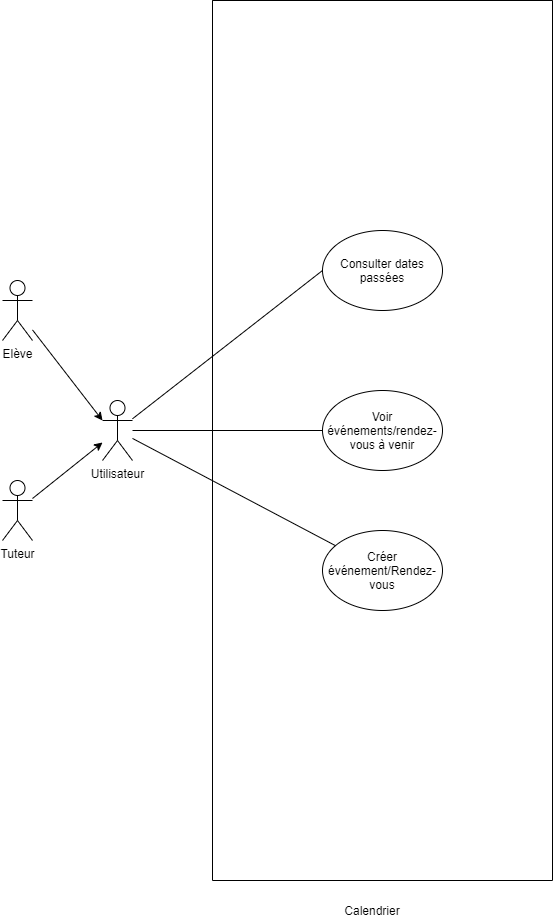
Above: Use Case Diagram/04_Use Case Diagram-Calendrier.png in Neurodium/P3-LearnAtHome (draw.io), before the change. Source tidied: cells renumbered, new cells last; positions are measured from the earlier drawing's top-left corner, leaving out a move shared by most shapes. Source of this version:
```xml
<mxGraphModel>
  <root>
    <mxCell id="0" />
    <mxCell id="1" parent="0" />
    <mxCell id="2" style="swimlane;startSize=0;" parent="1" vertex="1">
      <mxGeometry x="210" width="340" height="880" as="geometry" />
    </mxCell>
    <mxCell id="3" value="Voir événements/rendez-vous à venir" style="ellipse;whiteSpace=wrap;html=1;" parent="2" vertex="1">
      <mxGeometry x="110" y="390" width="120" height="80" as="geometry" />
    </mxCell>
    <mxCell id="4" value="Consulter dates passées" style="ellipse;whiteSpace=wrap;html=1;" parent="2" vertex="1">
      <mxGeometry x="110" y="230" width="120" height="80" as="geometry" />
    </mxCell>
    <mxCell id="5" value="Créer événement/Rendez-vous" style="ellipse;whiteSpace=wrap;html=1;" parent="2" vertex="1">
      <mxGeometry x="110" y="530" width="120" height="80" as="geometry" />
    </mxCell>
    <mxCell id="6" style="edgeStyle=none;rounded=0;jettySize=auto;html=1;endArrow=none;endFill=0;entryX=0;entryY=0.5;entryDx=0;entryDy=0;" parent="1" edge="1" source="9" target="4">
      <mxGeometry relative="1" as="geometry" />
    </mxCell>
    <mxCell id="7" style="edgeStyle=none;rounded=0;jettySize=auto;html=1;endArrow=none;endFill=0;" parent="1" edge="1" source="9" target="3">
      <mxGeometry relative="1" as="geometry" />
    </mxCell>
    <mxCell id="8" style="edgeStyle=none;rounded=0;jettySize=auto;html=1;endArrow=none;endFill=0;" parent="1" edge="1" source="9" target="5">
      <mxGeometry relative="1" as="geometry" />
    </mxCell>
    <mxCell id="9" value="Utilisateur" style="shape=umlActor;verticalLabelPosition=bottom;verticalAlign=top;html=1;outlineConnect=0;" parent="1" vertex="1">
      <mxGeometry x="100" y="400" width="30" height="60" as="geometry" />
    </mxCell>
    <mxCell id="10" style="edgeStyle=none;rounded=0;jettySize=auto;html=1;" parent="1" edge="1" source="11" target="9">
      <mxGeometry relative="1" as="geometry" />
    </mxCell>
    <mxCell id="11" value="Tuteur" style="shape=umlActor;verticalLabelPosition=bottom;verticalAlign=top;html=1;outlineConnect=0;" parent="1" vertex="1">
      <mxGeometry y="480" width="30" height="60" as="geometry" />
    </mxCell>
    <mxCell id="12" style="edgeStyle=none;rounded=0;jettySize=auto;html=1;entryX=0;entryY=0.3333333333333333;entryDx=0;entryDy=0;entryPerimeter=0;" parent="1" edge="1" source="13" target="9">
      <mxGeometry relative="1" as="geometry" />
    </mxCell>
    <mxCell id="13" value="Elève" style="shape=umlActor;verticalLabelPosition=bottom;verticalAlign=top;html=1;outlineConnect=0;" parent="1" vertex="1">
      <mxGeometry y="280" width="30" height="60" as="geometry" />
    </mxCell>
    <mxCell id="14" value="Calendrier" style="text;html=1;strokeColor=none;fillColor=none;align=center;verticalAlign=middle;whiteSpace=wrap;rounded=0;" parent="1" vertex="1">
      <mxGeometry x="350" y="900" width="40" height="20" as="geometry" />
    </mxCell>
  </root>
</mxGraphModel>
```
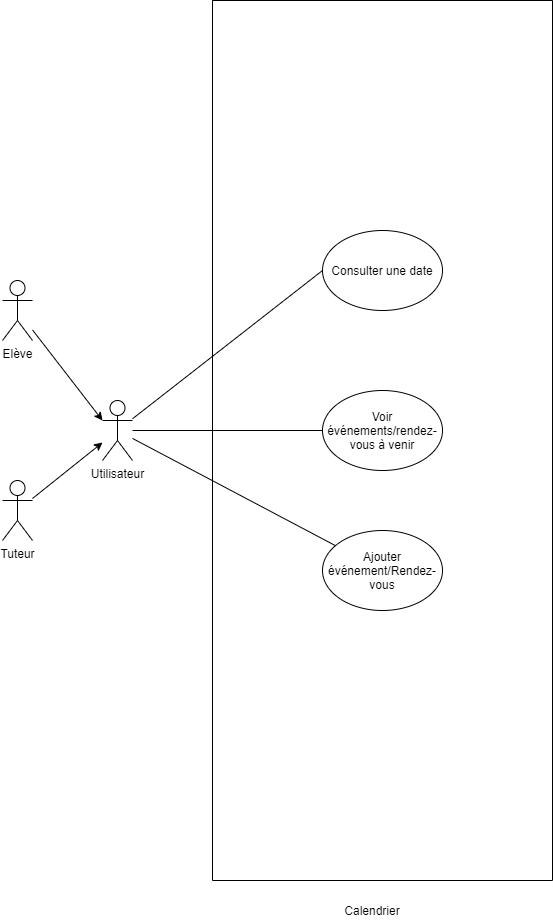
Later version of the same file.

The edit, as a diff of the source:
```diff
@@ -8,10 +8,10 @@
     <mxCell id="3" value="Voir événements/rendez-vous à venir" style="ellipse;whiteSpace=wrap;html=1;" parent="2" vertex="1">
       <mxGeometry x="110" y="390" width="120" height="80" as="geometry" />
     </mxCell>
-    <mxCell id="4" value="Consulter dates passées" style="ellipse;whiteSpace=wrap;html=1;" parent="2" vertex="1">
+    <mxCell id="4" value="Consulter une date" style="ellipse;whiteSpace=wrap;html=1;" parent="2" vertex="1">
       <mxGeometry x="110" y="230" width="120" height="80" as="geometry" />
     </mxCell>
-    <mxCell id="5" value="Créer événement/Rendez-vous" style="ellipse;whiteSpace=wrap;html=1;" parent="2" vertex="1">
+    <mxCell id="5" value="Ajouter événement/Rendez-vous" style="ellipse;whiteSpace=wrap;html=1;" parent="2" vertex="1">
       <mxGeometry x="110" y="530" width="120" height="80" as="geometry" />
     </mxCell>
     <mxCell id="6" style="edgeStyle=none;rounded=0;jettySize=auto;html=1;endArrow=none;endFill=0;entryX=0;entryY=0.5;entryDx=0;entryDy=0;" parent="1" edge="1" source="9" target="4">
```
